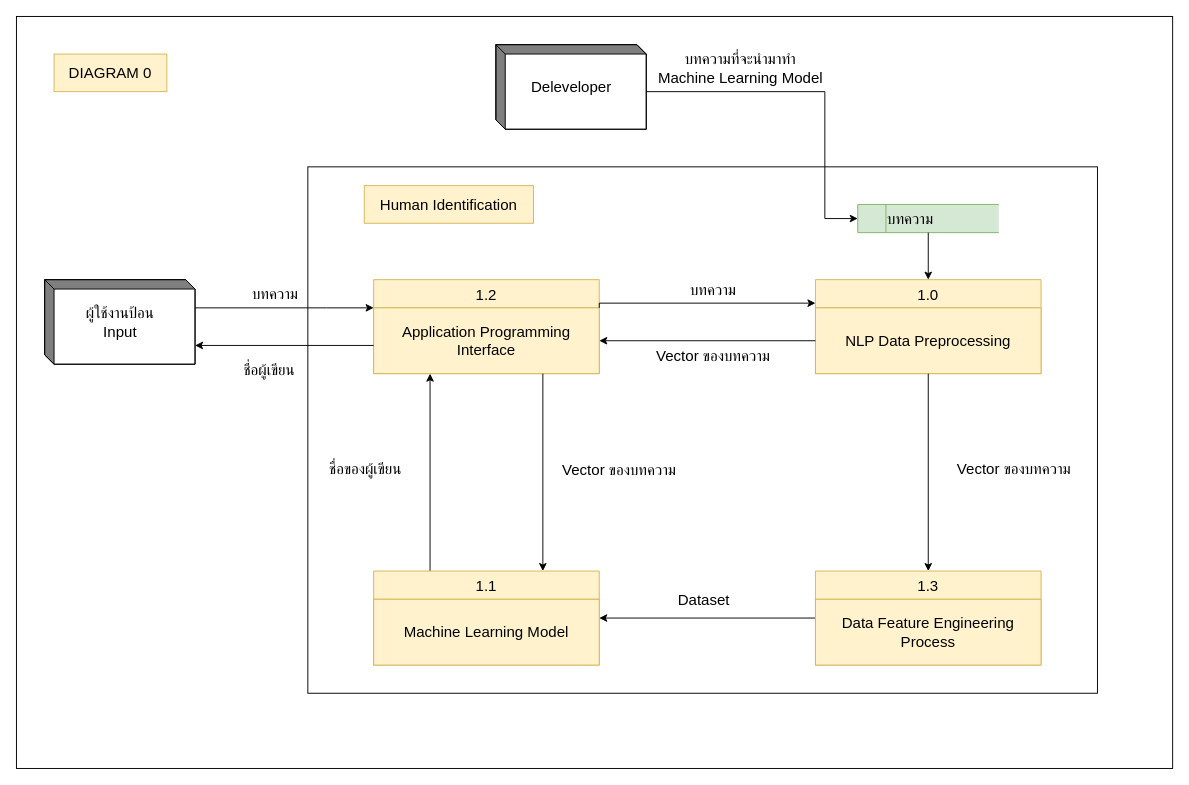
phlpat/test_repo keeps this draw.io diagram as page "Page-1" (1 of 3) of CE_project_diagram/DataFlow_diagram.drawio. Above is the earlier version. Source tidied: cells renumbered, new cells numbered last; positions are measured from the earlier drawing's top-left corner, leaving out a move shared by most shapes. Both pictures are drawn from the tidied source at 94%, with x=0, y=0 at pixel (16, 16).
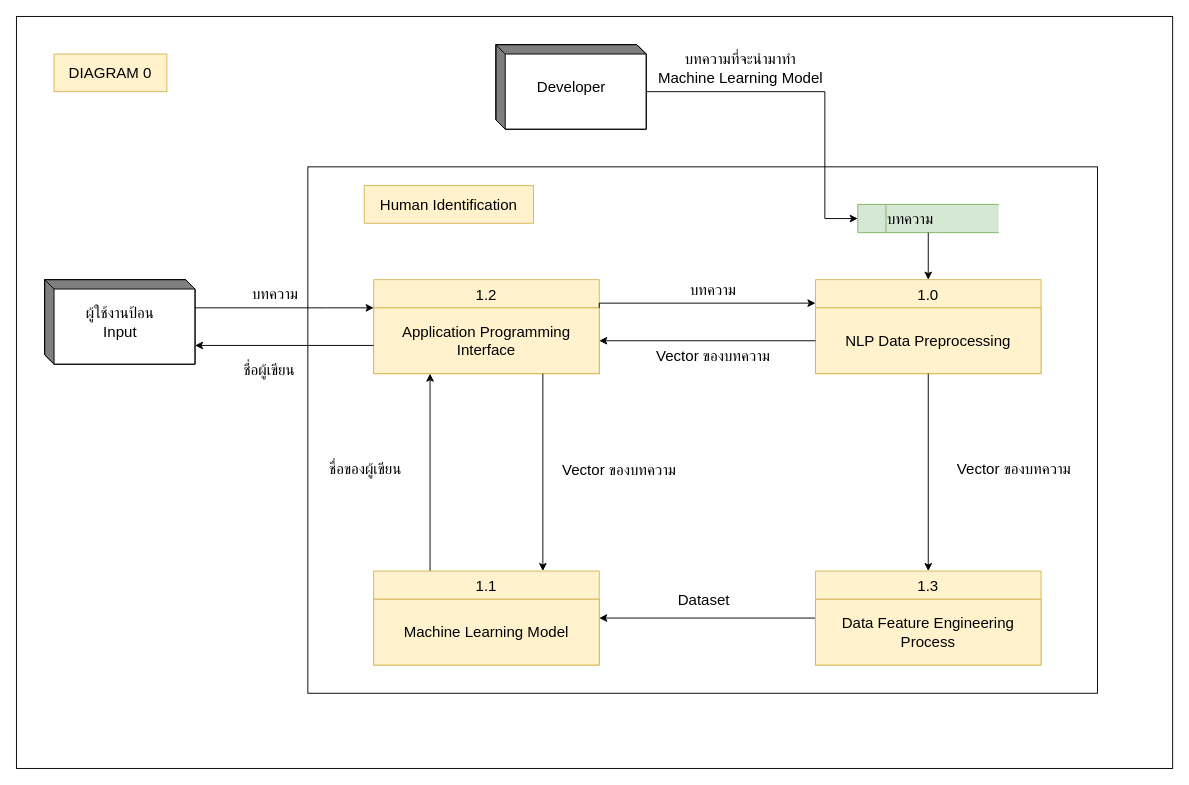
The same page after the edit.

Unchanged cells that the change refers to:
```xml
<mxCell id="2" style="group;" parent="1" vertex="1">
  <mxGeometry width="1230" height="800" as="geometry" />
</mxCell>
```

Diff of the diagram source:
```diff
@@
-    <mxCell id="9" value="&lt;span style=&quot;font-size: 16px;&quot;&gt;Deleveloper&lt;/span&gt;" style="html=1;dashed=0;whitespace=wrap;shape=mxgraph.dfd.externalEntity;fontSize=12;" parent="2" vertex="1">
+    <mxCell id="9" value="&lt;span style=&quot;font-size: 16px;&quot;&gt;Developer&lt;/span&gt;" style="html=1;dashed=0;whitespace=wrap;shape=mxgraph.dfd.externalEntity;fontSize=12;" parent="2" vertex="1">
       <mxGeometry x="510" y="30" width="160" height="90" as="geometry" />
     </mxCell>
```
